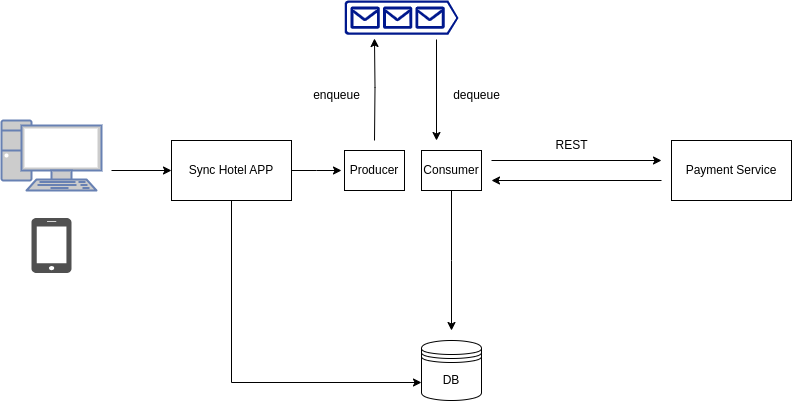
naaaathan/async-sync-analysis keeps this draw.io diagram as images/architecture-async.png. Above is the earlier version. Source tidied: cells renumbered, new cells last; positions are measured from the earlier drawing's top-left corner, leaving out a move shared by most shapes.
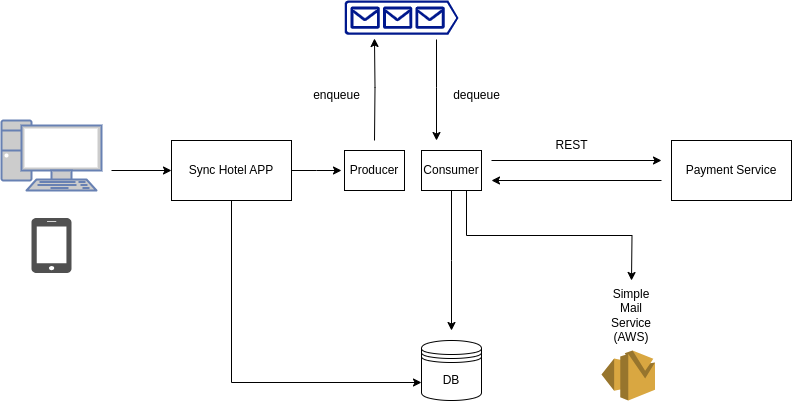
After the commit.

The edit, as a diff of the source:
```diff
@@ -62,6 +62,11 @@
         <mxPoint x="660" y="160" as="targetPoint" />
       </mxGeometry>
     </mxCell>
+    <mxCell id="21" style="edgeStyle=orthogonalEdgeStyle;rounded=0;jettySize=auto;html=1;exitX=0.75;exitY=1;exitDx=0;exitDy=0;" parent="1" edge="1" source="18">
+      <mxGeometry relative="1" as="geometry">
+        <mxPoint x="630" y="280" as="targetPoint" />
+      </mxGeometry>
+    </mxCell>
     <mxCell id="18" value="Consumer" style="rounded=0;whiteSpace=wrap;html=1;" parent="1" vertex="1">
       <mxGeometry x="420" y="150" width="60" height="40" as="geometry" />
     </mxCell>
@@ -75,5 +80,11 @@
         <mxPoint x="110" y="170" as="sourcePoint" />
       </mxGeometry>
     </mxCell>
+    <mxCell id="22" style="dashed=0;verticalLabelPosition=bottom;verticalAlign=top;align=center;html=1;shape=mxgraph.aws3.ses;fillColor=#D9A741;gradientColor=none;" parent="1" vertex="1">
+      <mxGeometry x="600" y="350" width="53.5" height="50" as="geometry" />
+    </mxCell>
+    <mxCell id="23" value="Simple Mail Service (AWS)" style="text;html=1;align=center;verticalAlign=middle;whiteSpace=wrap;rounded=0;" parent="1" vertex="1">
+      <mxGeometry x="600" y="300" width="60" height="30" as="geometry" />
+    </mxCell>
   </root>
 </mxGraphModel>
```
